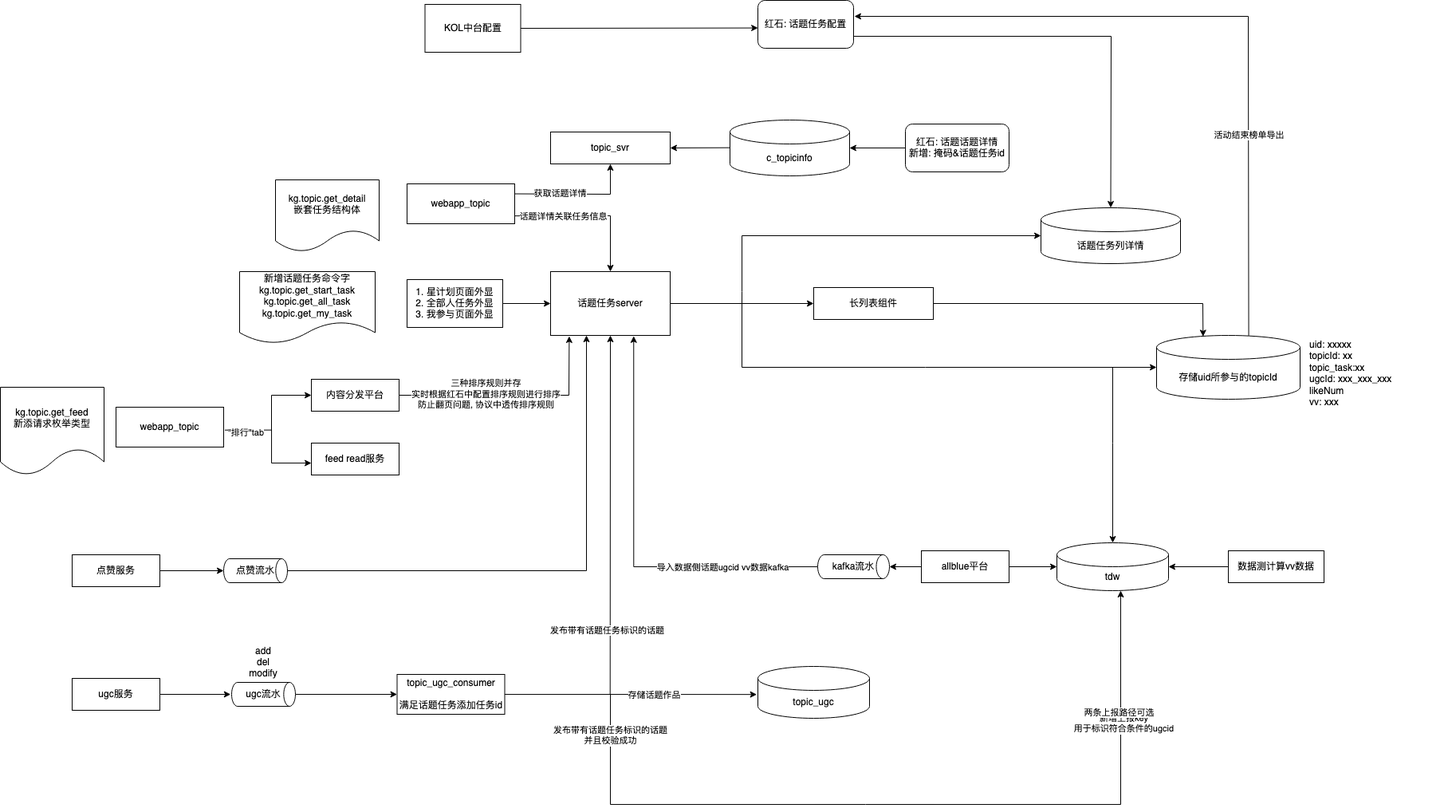
This is 话题任务.png from wu0hgl/note_pic, a draw.io export, as it was before one commit. Source tidied: cells renumbered, new cells last; positions are measured from the earlier drawing's top-left corner, leaving out a move shared by most shapes.
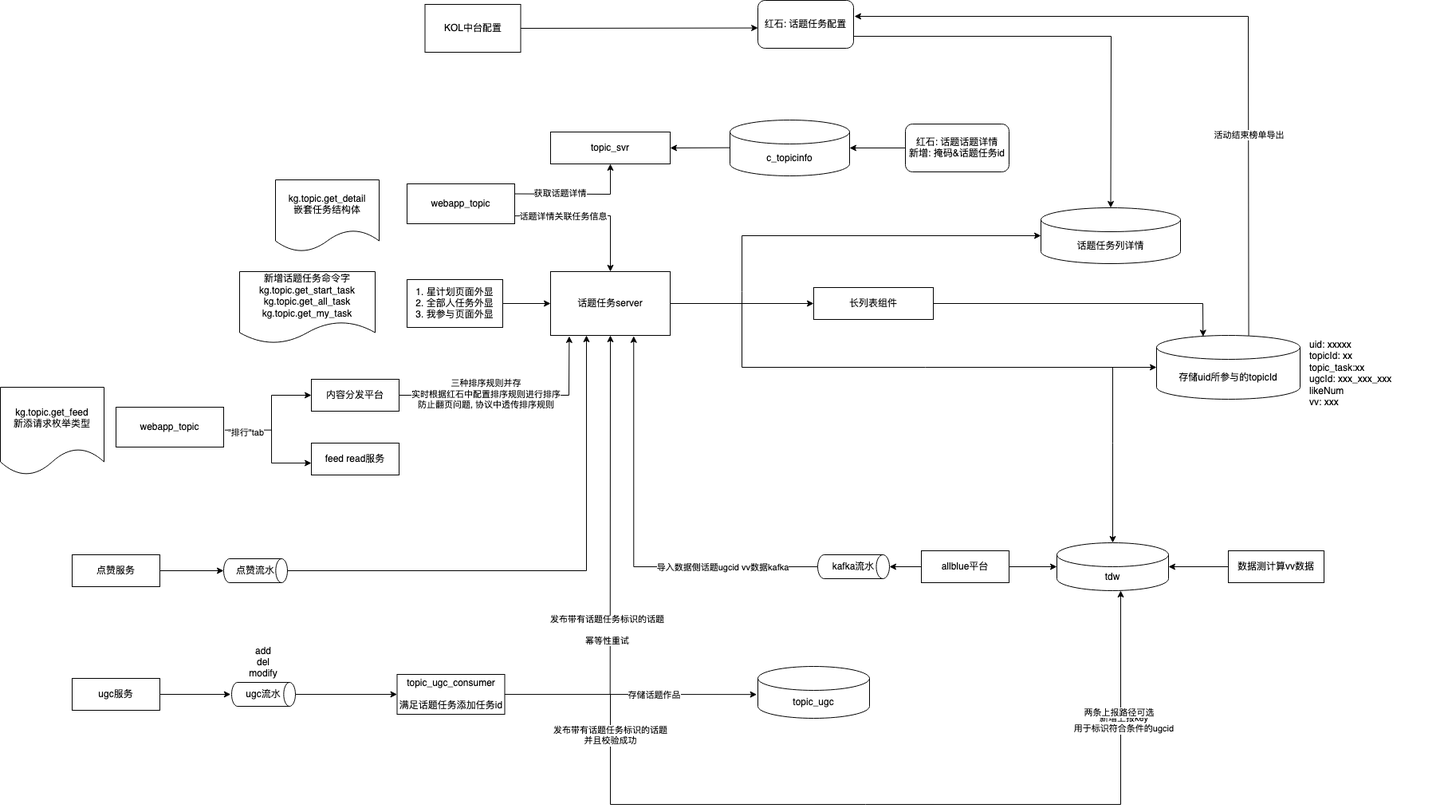
Above is the later version.

Commit message:
更新话题任务.png

Change to the diagram source:
```diff
@@ -179,7 +179,7 @@
         <mxPoint x="764.7" y="870.3" as="sourcePoint" />
       </mxGeometry>
     </mxCell>
-    <mxCell id="47" value="&lt;div&gt;发布带有话题任务标识的话题&lt;/div&gt;" style="edgeLabel;html=1;align=center;verticalAlign=middle;" parent="46" vertex="1">
+    <mxCell id="47" value="&lt;div&gt;发布带有话题任务标识的话题&lt;/div&gt;&lt;div&gt;&lt;br&gt;&lt;/div&gt;&lt;div&gt;幂等性重试&lt;br&gt;&lt;/div&gt;" style="edgeLabel;html=1;align=center;verticalAlign=middle;" parent="46" vertex="1">
       <mxGeometry x="-0.04" y="-2" relative="1" as="geometry">
         <mxPoint x="-6.8" y="134.6" as="offset" />
       </mxGeometry>
```
